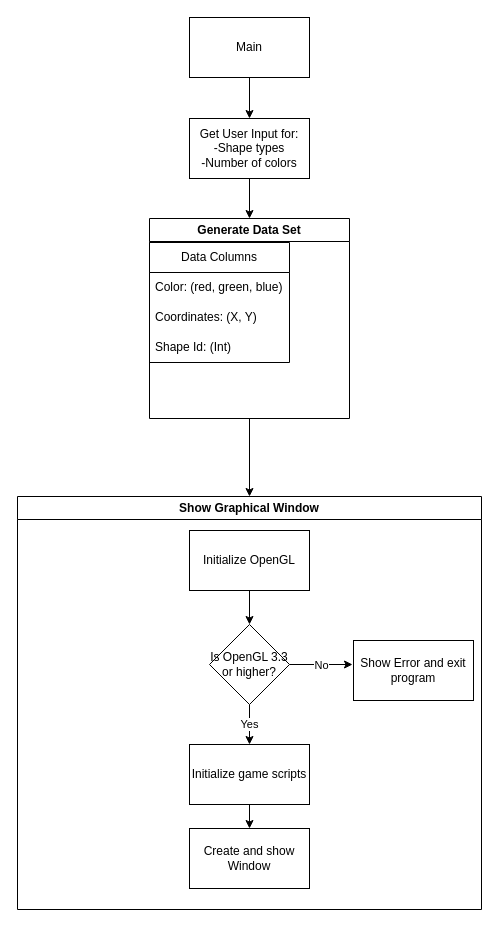
Before: page "Program Flow" (2 of 2) of Class diagram.drawio in zorarkdouble8/Computer-Graphics-Playground, a draw.io diagram. Source tidied: cells renumbered, new cells numbered last; positions are measured from the earlier drawing's top-left corner, leaving out a move shared by most shapes. Both pictures are drawn from the tidied source at 100%, with x=0, y=0 at pixel (17, 17).
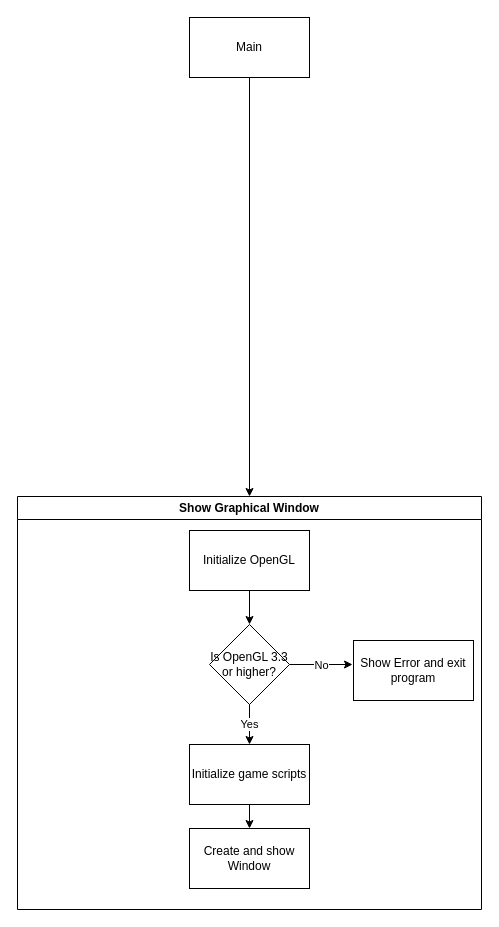
The same page after the edit.

Unchanged cells that the change refers to:
```xml
<mxCell id="3" value="Main" style="rounded=0;whiteSpace=wrap;html=1;" parent="1" vertex="1">
  <mxGeometry x="172" width="120" height="60" as="geometry" />
</mxCell>
<mxCell id="12" value="Show Graphical Window" style="swimlane;whiteSpace=wrap;html=1;startSize=23;" parent="1" vertex="1">
  <mxGeometry y="479" width="464" height="413" as="geometry" />
</mxCell>
```

Change to the diagram source:
```diff
@@
-    <mxCell id="2" style="edgeStyle=orthogonalEdgeStyle;rounded=0;jettySize=auto;html=1;" parent="1" edge="1" source="3" target="5">
-      <mxGeometry relative="1" as="geometry" />
-    </mxCell>
+    <mxCell id="22" style="edgeStyle=orthogonalEdgeStyle;rounded=0;jettySize=auto;html=1;entryX=0.5;entryY=0;entryDx=0;entryDy=0;" parent="1" edge="1" source="3" target="12">
+      <mxGeometry relative="1" as="geometry" />
+    </mxCell>
@@
-    <mxCell id="4" style="edgeStyle=orthogonalEdgeStyle;rounded=0;jettySize=auto;html=1;" parent="1" edge="1" source="5" target="7">
-      <mxGeometry relative="1" as="geometry" />
-    </mxCell>
-    <mxCell id="5" value="Get User Input for:&lt;div&gt;-Shape types&lt;/div&gt;&lt;div&gt;-Number of colors&lt;/div&gt;" style="rounded=0;whiteSpace=wrap;html=1;" parent="1" vertex="1">
-      <mxGeometry x="172" y="101" width="120" height="60" as="geometry" />
-    </mxCell>
-    <mxCell id="6" style="edgeStyle=orthogonalEdgeStyle;rounded=0;jettySize=auto;html=1;entryX=0.5;entryY=0;entryDx=0;entryDy=0;" parent="1" edge="1" source="7" target="12">
-      <mxGeometry relative="1" as="geometry" />
-    </mxCell>
-    <mxCell id="7" value="Generate Data Set" style="swimlane;whiteSpace=wrap;html=1;" parent="1" vertex="1">
-      <mxGeometry x="132" y="201" width="200" height="200" as="geometry" />
-    </mxCell>
-    <mxCell id="8" value="Data Columns" style="swimlane;fontStyle=0;horizontal=1;startSize=30;whiteSpace=wrap;html=1;" parent="7" vertex="1">
-      <mxGeometry y="24" width="140" height="120" as="geometry" />
-    </mxCell>
-    <mxCell id="9" value="Color: (red, green, blue)" style="text;strokeColor=none;fillColor=none;align=left;verticalAlign=middle;spacingLeft=4;spacingRight=4;overflow=hidden;whiteSpace=wrap;html=1;" parent="8" vertex="1">
-      <mxGeometry y="30" width="140" height="30" as="geometry" />
-    </mxCell>
-    <mxCell id="10" value="Coordinates: (X, Y)" style="text;strokeColor=none;fillColor=none;align=left;verticalAlign=middle;spacingLeft=4;spacingRight=4;overflow=hidden;whiteSpace=wrap;html=1;" parent="8" vertex="1">
-      <mxGeometry y="60" width="140" height="30" as="geometry" />
-    </mxCell>
-    <mxCell id="11" value="Shape Id: (Int)" style="text;strokeColor=none;fillColor=none;align=left;verticalAlign=middle;spacingLeft=4;spacingRight=4;overflow=hidden;whiteSpace=wrap;html=1;" parent="8" vertex="1">
-      <mxGeometry y="90" width="140" height="30" as="geometry" />
-    </mxCell>
```
